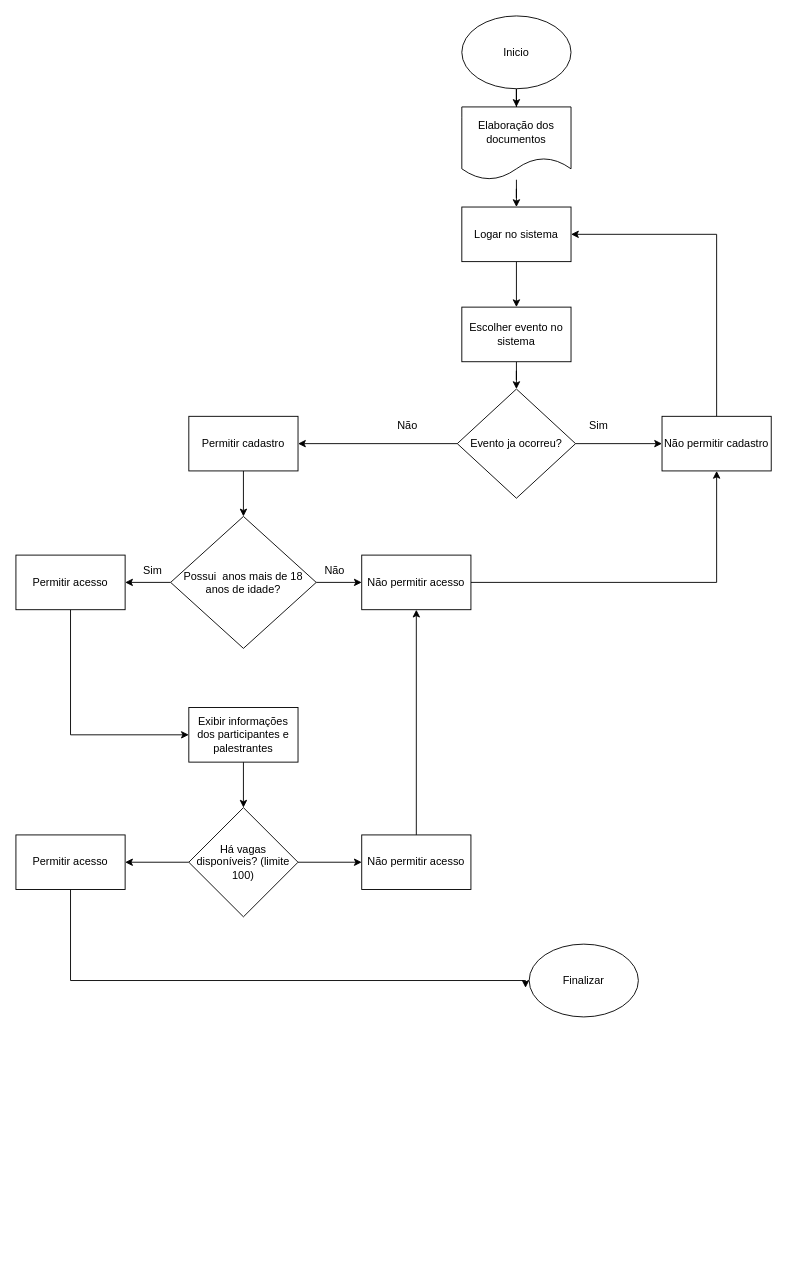
Jullys-Alisson/Senai-Vers-es-colabora-es keeps this draw.io diagram as Untitled Diagram.drawio. Above is the earlier version. Source tidied: cells renumbered, new cells numbered last; positions are measured from the earlier drawing's top-left corner, leaving out a move shared by most shapes. Both pictures are drawn from the tidied source at 91%, with x=0, y=0 at pixel (15, 15).
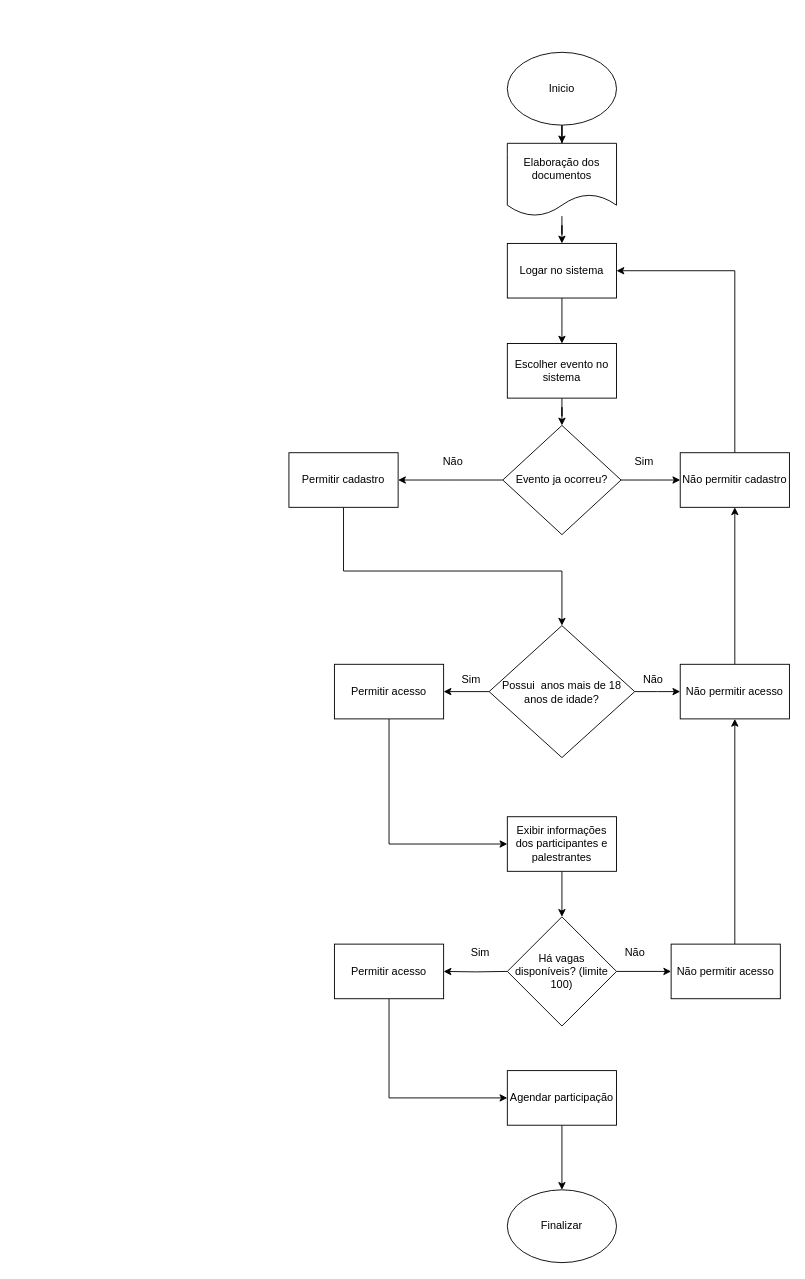
The same diagram, later.

Diff of the diagram source:
```diff
@@
     <mxCell id="3" value="Inicio" style="ellipse;whiteSpace=wrap;html=1;" parent="1" vertex="1">
-      <mxGeometry x="490" width="120" height="80" as="geometry" />
+      <mxGeometry x="540" y="40" width="120" height="80" as="geometry" />
     </mxCell>
@@
     <mxCell id="5" value="Logar no sistema" style="rounded=0;whiteSpace=wrap;html=1;" parent="1" vertex="1">
-      <mxGeometry x="490" y="210" width="120" height="60" as="geometry" />
+      <mxGeometry x="540" y="250" width="120" height="60" as="geometry" />
     </mxCell>
-    <mxCell id="6" style="edgeStyle=orthogonalEdgeStyle;rounded=0;jettySize=auto;html=1;entryX=1;entryY=0.5;entryDx=0;entryDy=0;" parent="1" edge="1" source="8" target="10">
-      <mxGeometry relative="1" as="geometry" />
+    <mxCell id="6" style="edgeStyle=orthogonalEdgeStyle;rounded=0;jettySize=auto;html=1;entryX=1;entryY=0.5;entryDx=0;entryDy=0;" parent="1" edge="1" source="8">
+      <mxGeometry relative="1" as="geometry">
+        <mxPoint x="420" y="510" as="targetPoint" />
+      </mxGeometry>
     </mxCell>
-    <mxCell id="7" style="edgeStyle=orthogonalEdgeStyle;rounded=0;jettySize=auto;html=1;exitX=1;exitY=0.5;exitDx=0;exitDy=0;entryX=0;entryY=0.5;entryDx=0;entryDy=0;" parent="1" edge="1" source="8" target="12">
-      <mxGeometry relative="1" as="geometry" />
+    <mxCell id="7" style="edgeStyle=orthogonalEdgeStyle;rounded=0;jettySize=auto;html=1;exitX=1;exitY=0.5;exitDx=0;exitDy=0;entryX=0;entryY=0.5;entryDx=0;entryDy=0;" parent="1" edge="1" source="8">
+      <mxGeometry relative="1" as="geometry">
+        <mxPoint x="730" y="510" as="targetPoint" />
+      </mxGeometry>
     </mxCell>
     <mxCell id="8" value="Evento ja ocorreu?" style="rhombus;whiteSpace=wrap;html=1;" parent="1" vertex="1">
-      <mxGeometry x="485" y="410" width="130" height="120" as="geometry" />
+      <mxGeometry x="535" y="450" width="130" height="120" as="geometry" />
     </mxCell>
-    <mxCell id="9" style="edgeStyle=orthogonalEdgeStyle;rounded=0;jettySize=auto;html=1;entryX=0.5;entryY=0;entryDx=0;entryDy=0;" parent="1" edge="1" source="10" target="21">
-      <mxGeometry relative="1" as="geometry" />
+    <mxCell id="9" style="edgeStyle=orthogonalEdgeStyle;rounded=0;jettySize=auto;html=1;entryX=0.5;entryY=0;entryDx=0;entryDy=0;" parent="1" edge="1" target="21">
+      <mxGeometry relative="1" as="geometry">
+        <mxPoint x="360" y="540" as="sourcePoint" />
+        <Array as="points">
+          <mxPoint x="360" y="610" />
+          <mxPoint x="600" y="610" />
+        </Array>
+      </mxGeometry>
     </mxCell>
     <mxCell id="10" value="Permitir cadastro" style="rounded=0;whiteSpace=wrap;html=1;" parent="1" vertex="1">
-      <mxGeometry x="190" y="440" width="120" height="60" as="geometry" />
+      <mxGeometry x="300" y="480" width="120" height="60" as="geometry" />
     </mxCell>
-    <mxCell id="11" style="edgeStyle=orthogonalEdgeStyle;rounded=0;jettySize=auto;html=1;exitX=0.5;exitY=0;exitDx=0;exitDy=0;entryX=1;entryY=0.5;entryDx=0;entryDy=0;" parent="1" edge="1" source="12" target="5">
-      <mxGeometry relative="1" as="geometry" />
+    <mxCell id="11" style="edgeStyle=orthogonalEdgeStyle;rounded=0;jettySize=auto;html=1;exitX=0.5;exitY=0;exitDx=0;exitDy=0;entryX=1;entryY=0.5;entryDx=0;entryDy=0;" parent="1" edge="1" target="5">
+      <mxGeometry relative="1" as="geometry">
+        <mxPoint x="790" y="480" as="sourcePoint" />
+        <Array as="points">
+          <mxPoint x="790" y="280" />
+        </Array>
+      </mxGeometry>
     </mxCell>
     <mxCell id="12" value="Não permitir cadastro" style="rounded=0;whiteSpace=wrap;html=1;" parent="1" vertex="1">
-      <mxGeometry x="710" y="440" width="120" height="60" as="geometry" />
+      <mxGeometry x="730" y="480" width="120" height="60" as="geometry" />
     </mxCell>
@@
     <mxCell id="14" value="Elaboração dos documentos" style="shape=document;whiteSpace=wrap;html=1;boundedLbl=1;" parent="1" vertex="1">
-      <mxGeometry x="490" y="100" width="120" height="80" as="geometry" />
+      <mxGeometry x="540" y="140" width="120" height="80" as="geometry" />
     </mxCell>
     <mxCell id="15" value="Não" style="text;html=1;align=center;verticalAlign=middle;strokeColor=none;fillColor=none;" parent="1" vertex="1">
-      <mxGeometry x="410" y="440" width="40" height="20" as="geometry" />
+      <mxGeometry x="460" y="480" width="40" height="20" as="geometry" />
     </mxCell>
     <mxCell id="16" value="Sim" style="text;html=1;align=center;verticalAlign=middle;strokeColor=none;fillColor=none;" parent="1" vertex="1">
-      <mxGeometry x="620" y="440" width="40" height="20" as="geometry" />
+      <mxGeometry x="670" y="480" width="40" height="20" as="geometry" />
     </mxCell>
@@
     <mxCell id="18" value="Escolher evento no sistema" style="rounded=0;whiteSpace=wrap;html=1;" parent="1" vertex="1">
-      <mxGeometry x="490" y="320" width="120" height="60" as="geometry" />
+      <mxGeometry x="540" y="360" width="120" height="60" as="geometry" />
     </mxCell>
@@
-    <mxCell id="20" style="edgeStyle=orthogonalEdgeStyle;rounded=0;jettySize=auto;html=1;entryX=0;entryY=0.5;entryDx=0;entryDy=0;" parent="1" edge="1" source="21" target="26">
-      <mxGeometry relative="1" as="geometry" />
+    <mxCell id="20" style="edgeStyle=orthogonalEdgeStyle;rounded=0;jettySize=auto;html=1;entryX=0;entryY=0.5;entryDx=0;entryDy=0;" parent="1" edge="1" source="21">
+      <mxGeometry relative="1" as="geometry">
+        <mxPoint x="730" y="742.5" as="targetPoint" />
+      </mxGeometry>
     </mxCell>
     <mxCell id="21" value="Possui&amp;nbsp; anos mais de 18 anos de idade?" style="rhombus;whiteSpace=wrap;html=1;" parent="1" vertex="1">
-      <mxGeometry x="170" y="550" width="160" height="145" as="geometry" />
+      <mxGeometry x="520" y="670" width="160" height="145" as="geometry" />
     </mxCell>
     <mxCell id="22" style="edgeStyle=orthogonalEdgeStyle;rounded=0;jettySize=auto;html=1;" parent="1" edge="1" source="23" target="29">
       <mxGeometry relative="1" as="geometry">
         <Array as="points">
-          <mxPoint x="60" y="790" />
+          <mxPoint x="410" y="910" />
         </Array>
       </mxGeometry>
     </mxCell>
     <mxCell id="23" value="Permitir acesso" style="whiteSpace=wrap;html=1;" parent="1" vertex="1">
-      <mxGeometry y="592.5" width="120" height="60" as="geometry" />
+      <mxGeometry x="350" y="712.5" width="120" height="60" as="geometry" />
     </mxCell>
     <mxCell id="24" value="Sim" style="text;html=1;align=center;verticalAlign=middle;strokeColor=none;fillColor=none;" parent="1" vertex="1">
-      <mxGeometry x="130" y="600" width="40" height="20" as="geometry" />
+      <mxGeometry x="480" y="720" width="40" height="20" as="geometry" />
     </mxCell>
-    <mxCell id="25" style="edgeStyle=orthogonalEdgeStyle;rounded=0;jettySize=auto;html=1;entryX=0.5;entryY=1;entryDx=0;entryDy=0;" parent="1" edge="1" source="26" target="12">
-      <mxGeometry relative="1" as="geometry" />
+    <mxCell id="25" style="edgeStyle=orthogonalEdgeStyle;rounded=0;orthogonalLoop=1;jettySize=auto;html=1;entryX=0.5;entryY=1;entryDx=0;entryDy=0;" parent="1" edge="1">
+      <mxGeometry relative="1" as="geometry">
+        <mxPoint x="790" y="712.5" as="sourcePoint" />
+        <mxPoint x="790" y="540" as="targetPoint" />
+      </mxGeometry>
     </mxCell>
     <mxCell id="26" value="Não permitir acesso" style="rounded=0;whiteSpace=wrap;html=1;" parent="1" vertex="1">
-      <mxGeometry x="380" y="592.5" width="120" height="60" as="geometry" />
+      <mxGeometry x="730" y="712.5" width="120" height="60" as="geometry" />
     </mxCell>
     <mxCell id="27" value="Não" style="text;html=1;align=center;verticalAlign=middle;strokeColor=none;fillColor=none;" parent="1" vertex="1">
-      <mxGeometry x="330" y="600" width="40" height="20" as="geometry" />
+      <mxGeometry x="680" y="720" width="40" height="20" as="geometry" />
     </mxCell>
-    <mxCell id="28" style="edgeStyle=orthogonalEdgeStyle;rounded=0;jettySize=auto;html=1;entryX=0.5;entryY=0;entryDx=0;entryDy=0;" parent="1" edge="1" source="29" target="32">
-      <mxGeometry relative="1" as="geometry" />
+    <mxCell id="28" style="edgeStyle=orthogonalEdgeStyle;rounded=0;jettySize=auto;html=1;entryX=0.5;entryY=0;entryDx=0;entryDy=0;" parent="1" edge="1" source="29">
+      <mxGeometry relative="1" as="geometry">
+        <mxPoint x="600" y="990" as="targetPoint" />
+      </mxGeometry>
     </mxCell>
     <mxCell id="29" value="Exibir informações dos participantes e palestrantes" style="rounded=0;whiteSpace=wrap;html=1;" parent="1" vertex="1">
-      <mxGeometry x="190" y="760" width="120" height="60" as="geometry" />
+      <mxGeometry x="540" y="880" width="120" height="60" as="geometry" />
     </mxCell>
-    <mxCell id="30" style="edgeStyle=orthogonalEdgeStyle;rounded=0;jettySize=auto;html=1;entryX=1;entryY=0.5;entryDx=0;entryDy=0;" parent="1" edge="1" source="32" target="36">
-      <mxGeometry relative="1" as="geometry" />
+    <mxCell id="30" style="edgeStyle=orthogonalEdgeStyle;rounded=0;jettySize=auto;html=1;entryX=1;entryY=0.5;entryDx=0;entryDy=0;" parent="1" edge="1" target="36">
+      <mxGeometry relative="1" as="geometry">
+        <mxPoint x="540" y="1050" as="sourcePoint" />
+      </mxGeometry>
     </mxCell>
@@
     <mxCell id="32" value="Há vagas disponíveis? (limite 100)" style="rhombus;whiteSpace=wrap;html=1;" parent="1" vertex="1">
-      <mxGeometry x="190" y="870" width="120" height="120" as="geometry" />
+      <mxGeometry x="540" y="990" width="120" height="120" as="geometry" />
     </mxCell>
-    <mxCell id="33" style="edgeStyle=orthogonalEdgeStyle;rounded=0;jettySize=auto;html=1;entryX=0.5;entryY=1;entryDx=0;entryDy=0;" parent="1" edge="1" source="34" target="26">
-      <mxGeometry relative="1" as="geometry" />
+    <mxCell id="33" style="edgeStyle=orthogonalEdgeStyle;rounded=0;orthogonalLoop=1;jettySize=auto;html=1;entryX=0.5;entryY=1;entryDx=0;entryDy=0;" parent="1" edge="1">
+      <mxGeometry relative="1" as="geometry">
+        <mxPoint x="790" y="1020" as="sourcePoint" />
+        <mxPoint x="790" y="772.5" as="targetPoint" />
+      </mxGeometry>
     </mxCell>
     <mxCell id="34" value="&lt;span&gt;Não permitir acesso&lt;/span&gt;" style="rounded=0;whiteSpace=wrap;html=1;" parent="1" vertex="1">
-      <mxGeometry x="380" y="900" width="120" height="60" as="geometry" />
+      <mxGeometry x="720" y="1020" width="120" height="60" as="geometry" />
     </mxCell>
-    <mxCell id="35" style="edgeStyle=orthogonalEdgeStyle;rounded=0;jettySize=auto;html=1;entryX=-0.033;entryY=0.6;entryDx=0;entryDy=0;entryPerimeter=0;" parent="1" edge="1" source="36" target="37">
-      <mxGeometry relative="1" as="geometry">
-        <Array as="points">
-          <mxPoint x="60" y="1060" />
-          <mxPoint x="560" y="1060" />
-        </Array>
-      </mxGeometry>
-    </mxCell>
+    <mxCell id="38" style="edgeStyle=orthogonalEdgeStyle;rounded=0;jettySize=auto;html=1;entryX=0;entryY=0.5;entryDx=0;entryDy=0;" parent="1" edge="1" source="36" target="40">
+      <mxGeometry relative="1" as="geometry">
+        <Array as="points">
+          <mxPoint x="410" y="1189" />
+        </Array>
+      </mxGeometry>
+    </mxCell>
     <mxCell id="36" value="&lt;span&gt;Permitir acesso&lt;/span&gt;" style="rounded=0;whiteSpace=wrap;html=1;" parent="1" vertex="1">
-      <mxGeometry y="900" width="120" height="60" as="geometry" />
+      <mxGeometry x="350" y="1020" width="120" height="60" as="geometry" />
     </mxCell>
     <mxCell id="37" value="Finalizar&lt;br&gt;" style="ellipse;whiteSpace=wrap;html=1;" parent="1" vertex="1">
-      <mxGeometry x="564" y="1020" width="120" height="80" as="geometry" />
+      <mxGeometry x="540" y="1290" width="120" height="80" as="geometry" />
     </mxCell>
+    <mxCell id="39" style="edgeStyle=orthogonalEdgeStyle;rounded=0;jettySize=auto;html=1;" parent="1" edge="1" source="40" target="37">
+      <mxGeometry relative="1" as="geometry" />
+    </mxCell>
+    <mxCell id="40" value="Agendar participação" style="rounded=0;whiteSpace=wrap;html=1;" parent="1" vertex="1">
+      <mxGeometry x="540" y="1159" width="120" height="60" as="geometry" />
+    </mxCell>
+    <mxCell id="41" value="Sim" style="text;html=1;align=center;verticalAlign=middle;strokeColor=none;fillColor=none;" parent="1" vertex="1">
+      <mxGeometry x="490" y="1020" width="40" height="20" as="geometry" />
+    </mxCell>
+    <mxCell id="42" value="Não" style="text;html=1;align=center;verticalAlign=middle;strokeColor=none;fillColor=none;" parent="1" vertex="1">
+      <mxGeometry x="660" y="1020" width="40" height="20" as="geometry" />
+    </mxCell>
```
